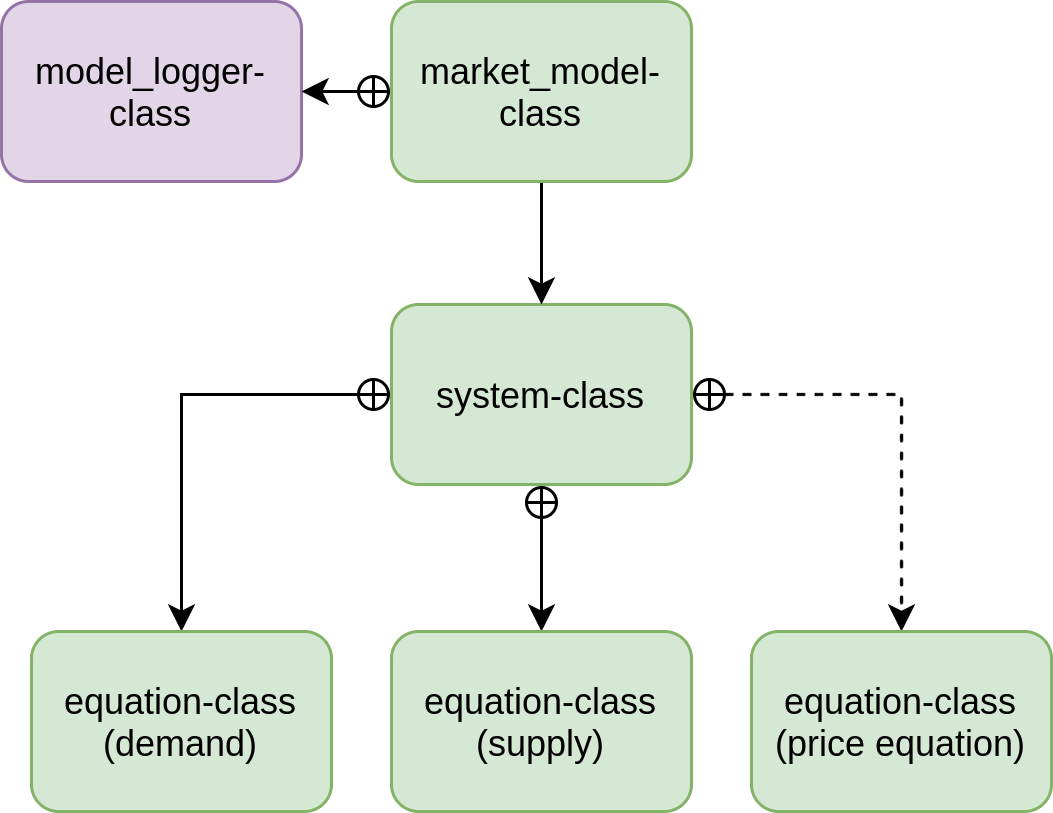
Above: man/figures/implementation.png in pi-kappa-devel/diseq (draw.io), before the change. Source tidied: cells renumbered, new cells last; positions are measured from the earlier drawing's top-left corner, leaving out a move shared by most shapes.
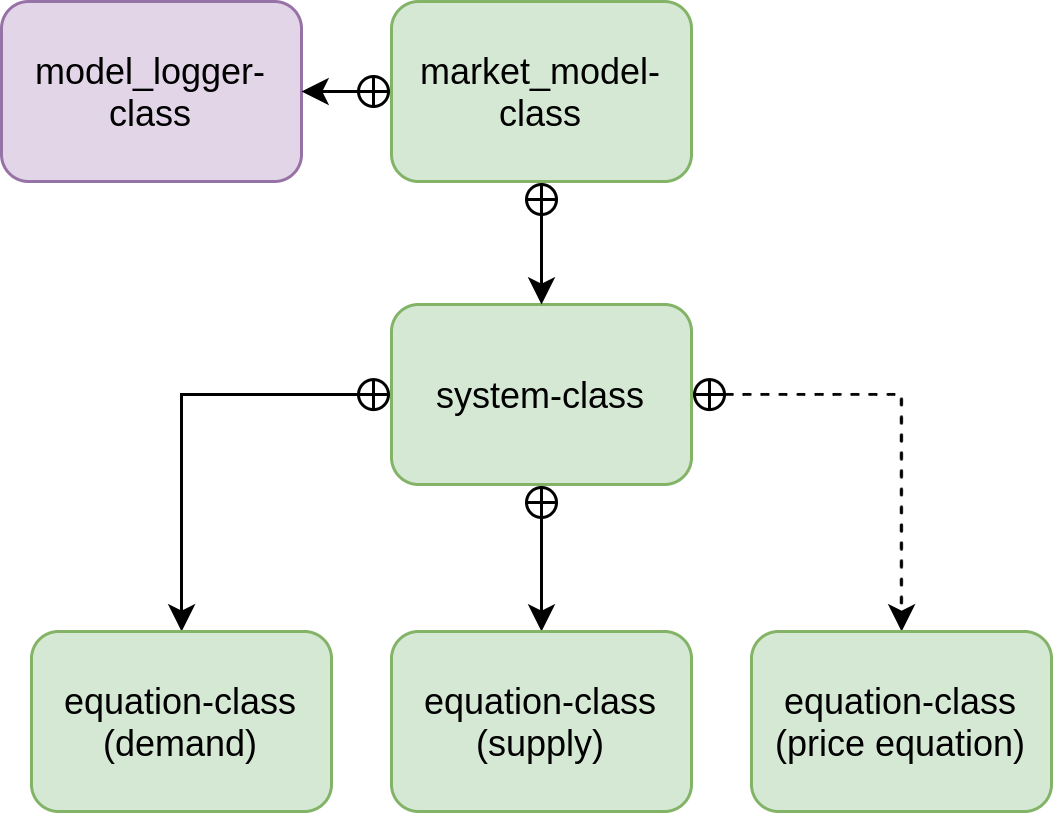
The same diagram one commit later.

Commit message:
Updated class implementation figure.

Change to the diagram source:
```diff
@@ -17,7 +17,7 @@
     <mxCell id="6" value="system-class" style="rounded=1;whiteSpace=wrap;html=1;fillColor=#d5e8d4;strokeColor=#82b366;" parent="1" vertex="1">
       <mxGeometry x="130" y="101" width="100" height="60" as="geometry" />
     </mxCell>
-    <mxCell id="7" style="edgeStyle=orthogonalEdgeStyle;rounded=0;jettySize=auto;html=1;" parent="1" edge="1" source="9" target="6">
+    <mxCell id="7" style="edgeStyle=orthogonalEdgeStyle;rounded=0;jettySize=auto;html=1;startArrow=circlePlus;startFill=0;startSize=4;" parent="1" edge="1" source="9" target="6">
       <mxGeometry relative="1" as="geometry" />
     </mxCell>
     <mxCell id="8" style="edgeStyle=orthogonalEdgeStyle;rounded=0;jettySize=auto;html=1;startArrow=circlePlus;startFill=0;startSize=4;" parent="1" edge="1" source="9" target="2">
```
